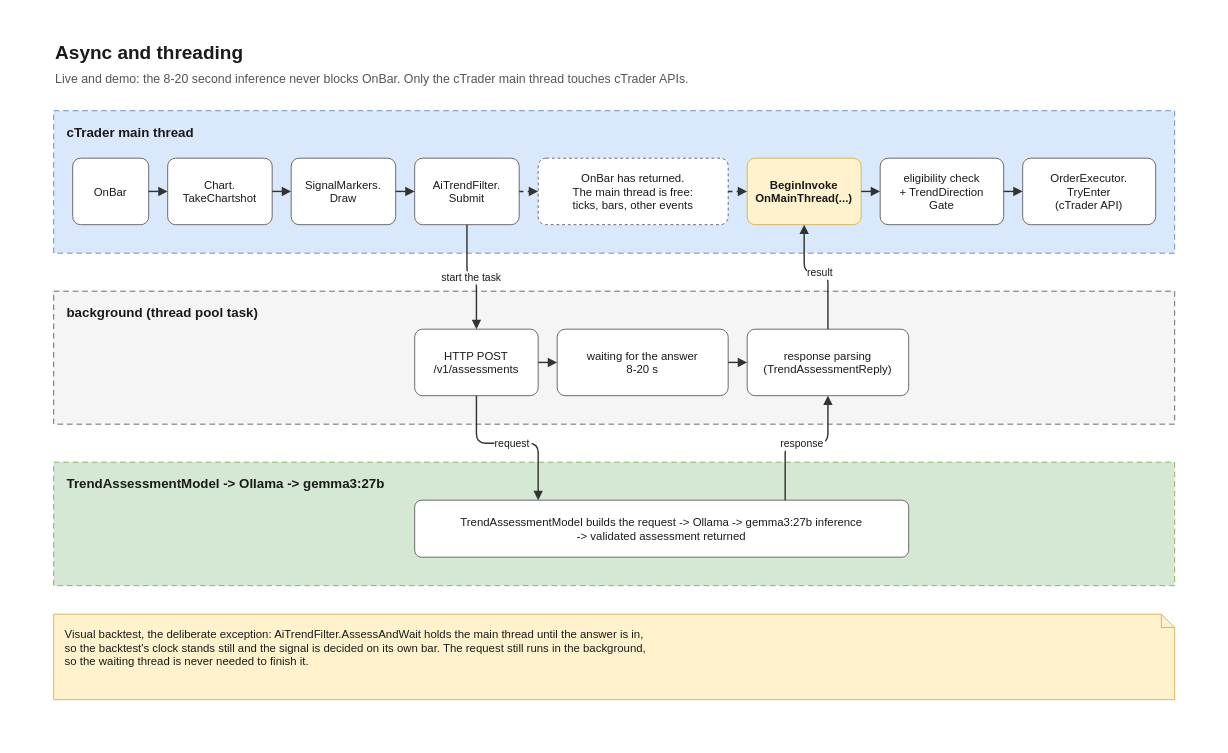
Above: page "4. Async and threading" (4 of 6) of docs/architecture.drawio in richardgong1987/VWAPTradeAI (draw.io), before the change. Source tidied: cells renumbered, new cells numbered last; positions are measured from the earlier drawing's top-left corner, leaving out a move shared by most shapes. Both pictures are drawn from the tidied source at 95%, with x=0, y=0 at pixel (15, 15).
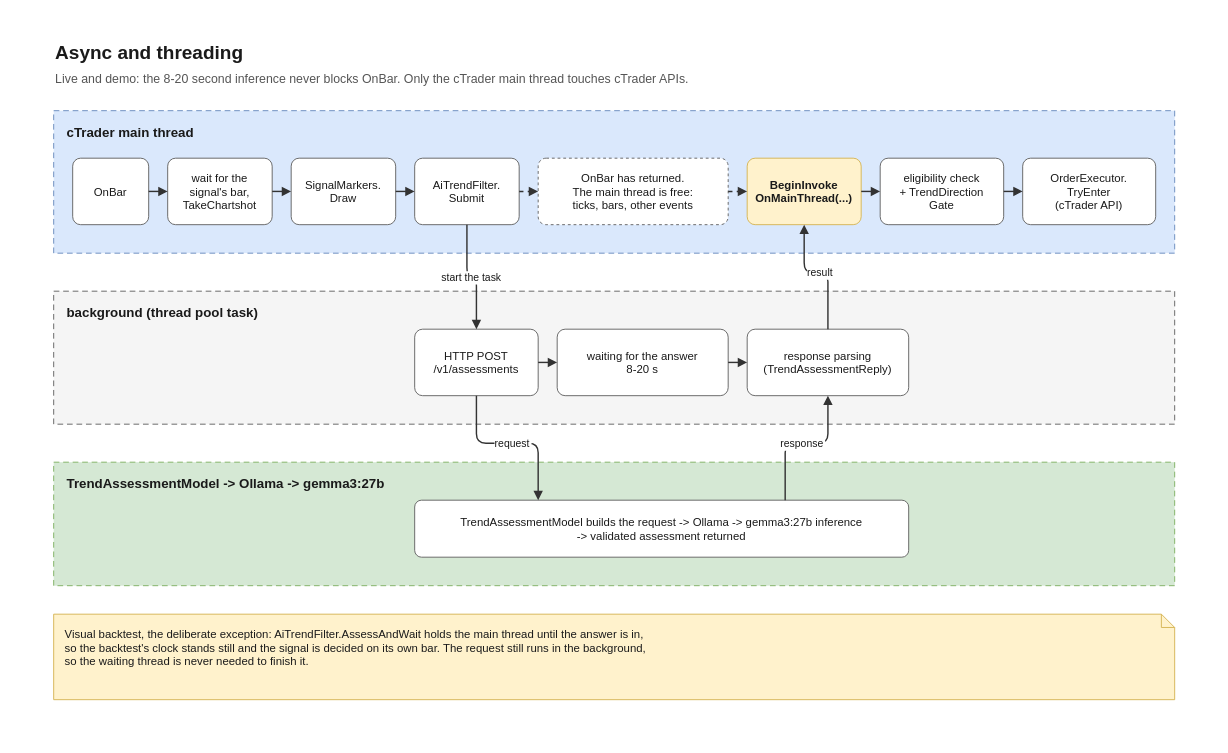
The same page after the edit.

What changed in the source:
```diff
@@
-    <mxCell id="9" value="Chart.&#10;TakeChartshot" style="html=0;fontFamily=Helvetica;fontColor=#1a1a1a;rounded=1;arcSize=12;fontSize=12;fillColor=#ffffff;strokeColor=#666666;" parent="1" vertex="1">
+    <mxCell id="9" value="wait for the&#10;signal's bar,&#10;TakeChartshot" style="html=0;fontFamily=Helvetica;fontColor=#1a1a1a;rounded=1;arcSize=12;fontSize=12;fillColor=#ffffff;strokeColor=#666666;" parent="1" vertex="1">
       <mxGeometry x="160" y="150" width="110" height="70" as="geometry" />
     </mxCell>
```
